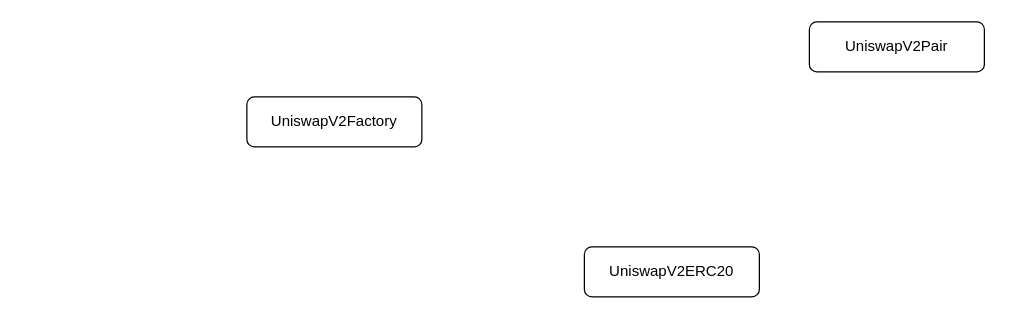
Above: page "uniswap" (5 of 5) of outdoor.drawio in jxu86/project-uml (draw.io), before the change. Source tidied: cells renumbered, new cells numbered last; positions are measured from the earlier drawing's top-left corner, leaving out a move shared by most shapes. Both pictures are drawn from the tidied source at 125%, with x=0, y=0 at pixel (246, 21).
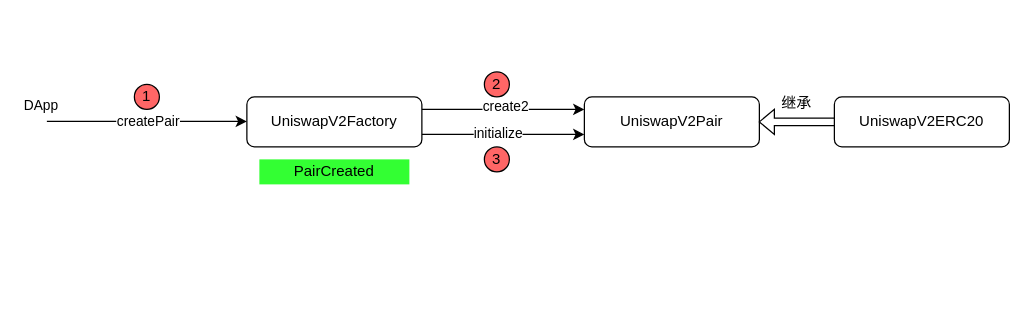
The same page after the edit.

Unchanged cells that the change refers to:
```xml
<mxCell id="2" value="UniswapV2Factory" style="rounded=1;whiteSpace=wrap;html=1;" parent="1" vertex="1">
  <mxGeometry y="60" width="140" height="40" as="geometry" />
</mxCell>
```

The edit, as a diff of the source:
```diff
@@
+    <mxCell id="5" style="edgeStyle=orthogonalEdgeStyle;rounded=0;orthogonalLoop=1;jettySize=auto;html=1;entryX=0;entryY=0.5;entryDx=0;entryDy=0;" parent="1" edge="1">
+      <mxGeometry relative="1" as="geometry">
+        <mxPoint x="140" y="70" as="sourcePoint" />
+        <mxPoint x="270" y="70" as="targetPoint" />
+      </mxGeometry>
+    </mxCell>
+    <mxCell id="6" value="create2" style="edgeLabel;html=1;align=center;verticalAlign=middle;" parent="5" vertex="1">
+      <mxGeometry x="0.02" y="3" relative="1" as="geometry" />
+    </mxCell>
+    <mxCell id="7" style="edgeStyle=orthogonalEdgeStyle;rounded=0;jettySize=auto;html=1;exitX=1;exitY=0.75;exitDx=0;exitDy=0;entryX=0;entryY=0.75;entryDx=0;entryDy=0;" parent="1" edge="1" source="2" target="3">
+      <mxGeometry relative="1" as="geometry" />
+    </mxCell>
+    <mxCell id="8" value="initialize" style="edgeLabel;html=1;align=center;verticalAlign=middle;" parent="7" vertex="1">
+      <mxGeometry x="-0.08" y="2" relative="1" as="geometry" />
+    </mxCell>
@@
     <mxCell id="3" value="UniswapV2Pair" style="rounded=1;whiteSpace=wrap;html=1;" parent="1" vertex="1">
-      <mxGeometry x="450" width="140" height="40" as="geometry" />
+      <mxGeometry x="270" y="60" width="140" height="40" as="geometry" />
     </mxCell>
     <mxCell id="4" value="UniswapV2ERC20" style="rounded=1;whiteSpace=wrap;html=1;" parent="1" vertex="1">
-      <mxGeometry x="270" y="180" width="140" height="40" as="geometry" />
+      <mxGeometry x="470" y="60" width="140" height="40" as="geometry" />
     </mxCell>
+    <mxCell id="9" style="endArrow=classic;html=1;rounded=0;" parent="1" edge="1">
+      <mxGeometry relative="1" as="geometry">
+        <mxPoint x="-160" y="79.6" as="sourcePoint" />
+        <mxPoint y="79.6" as="targetPoint" />
+      </mxGeometry>
+    </mxCell>
+    <mxCell id="10" value="createPair" style="edgeLabel;html=1;align=center;verticalAlign=middle;" parent="9" vertex="1">
+      <mxGeometry relative="1" as="geometry" />
+    </mxCell>
+    <mxCell id="11" value="DApp" style="edgeLabel;html=1;align=left;verticalAlign=bottom;" parent="9" vertex="1">
+      <mxGeometry x="-1" relative="1" as="geometry">
+        <mxPoint x="-20" y="-5" as="offset" />
+      </mxGeometry>
+    </mxCell>
+    <mxCell id="12" value="1" style="ellipse;whiteSpace=wrap;html=1;fillColor=#FF6666;" parent="1" vertex="1">
+      <mxGeometry x="-90" y="50" width="20" height="20" as="geometry" />
+    </mxCell>
+    <mxCell id="13" value="2" style="ellipse;whiteSpace=wrap;html=1;fillColor=#FF6666;" parent="1" vertex="1">
+      <mxGeometry x="190" y="40" width="20" height="20" as="geometry" />
+    </mxCell>
+    <mxCell id="14" value="3" style="ellipse;whiteSpace=wrap;html=1;fillColor=#FF6666;" parent="1" vertex="1">
+      <mxGeometry x="190" y="100" width="20" height="20" as="geometry" />
+    </mxCell>
+    <mxCell id="15" value="PairCreated" style="text;html=1;strokeColor=none;fillColor=#33FF33;align=center;verticalAlign=middle;whiteSpace=wrap;rounded=0;" parent="1" vertex="1">
+      <mxGeometry x="10" y="110" width="120" height="20" as="geometry" />
+    </mxCell>
+    <mxCell id="16" style="shape=singleArrow;direction=west;whiteSpace=wrap;html=1;" parent="1" vertex="1">
+      <mxGeometry x="410" y="70" width="60" height="20" as="geometry" />
+    </mxCell>
+    <mxCell id="17" value="继承" style="text;html=1;strokeColor=none;fillColor=none;align=center;verticalAlign=middle;whiteSpace=wrap;rounded=0;" parent="1" vertex="1">
+      <mxGeometry x="420" y="60" width="40" height="10" as="geometry" />
+    </mxCell>
```
